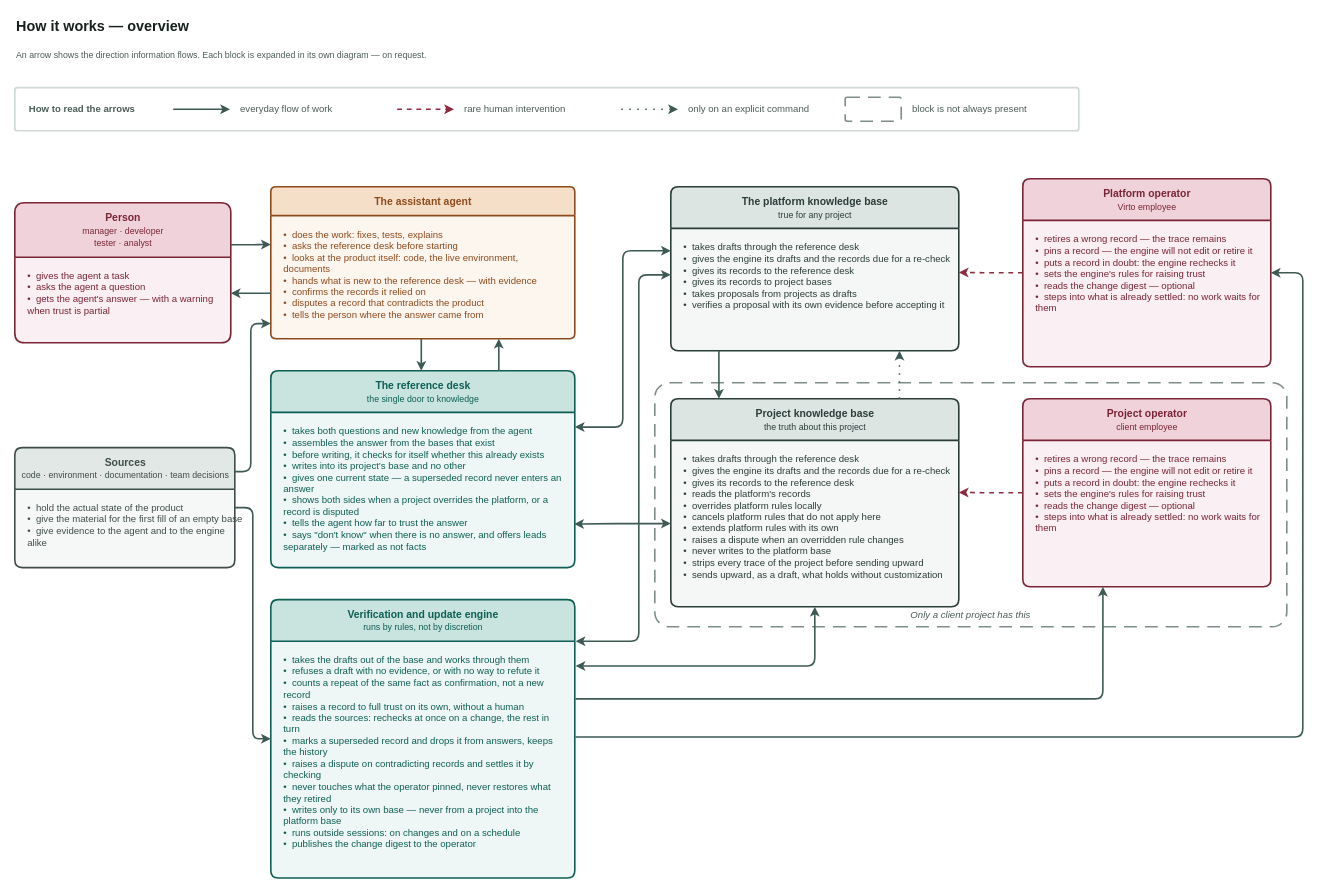
VirtoCommerce/ai-tools keeps this draw.io diagram as page "Overview" (1 of 7) of docs/adr/adr-knowledge-base-v3-overview.drawio. Above is the earlier version. Source tidied: cells renumbered, new cells numbered last; positions are measured from the earlier drawing's top-left corner, leaving out a move shared by most shapes. Both pictures are drawn from the tidied source at 80%, with x=0, y=0 at pixel (14, 14).
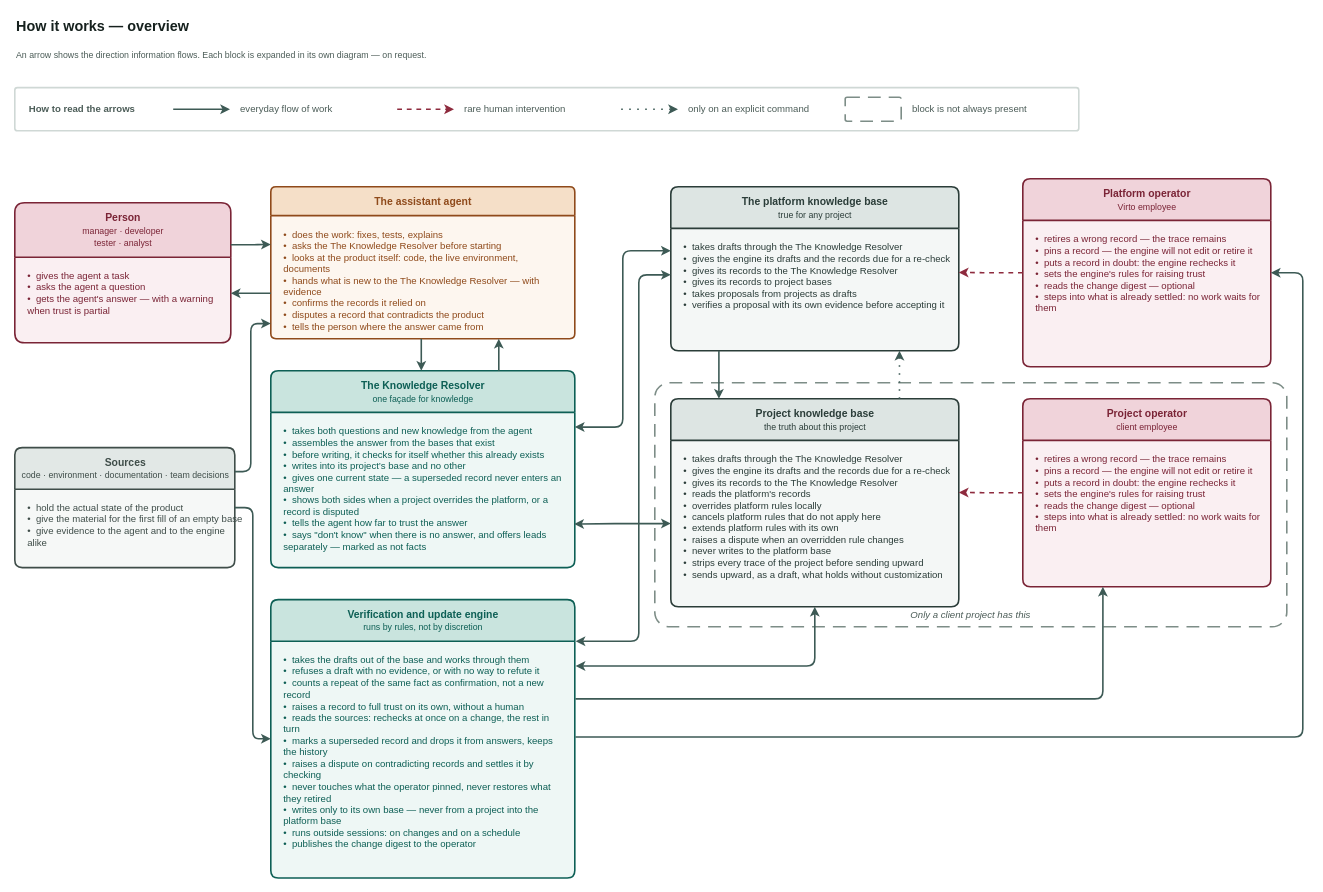
The same page after the edit.

Unchanged cells that the change refers to:
```xml
<mxCell id="21" value="The assistant agent" style="swimlane;html=1;rounded=1;arcSize=6;startSize=36;horizontal=1;fillColor=#f5dfc8;swimlaneFillColor=#fdf6ef;strokeColor=#8f4a1b;fontColor=#8f4a1b;fontSize=13;fontStyle=1;align=center;verticalAlign=middle;strokeWidth=2;fontFamily=Helvetica;" parent="1" vertex="1">
  <mxGeometry x="320" y="216" width="380" height="190" as="geometry" />
</mxCell>
<mxCell id="26" value="The platform knowledge base&lt;br&gt;&lt;span style=&quot;font-size:11px;font-weight:normal&quot;&gt;true for any project&lt;/span&gt;" style="swimlane;html=1;rounded=1;arcSize=6;startSize=52;horizontal=1;fillColor=#dde5e3;swimlaneFillColor=#f4f7f6;strokeColor=#2b3d39;fontColor=#2b3d39;fontSize=13;fontStyle=1;align=center;verticalAlign=middle;strokeWidth=2;fontFamily=Helvetica;" parent="1" vertex="1">
  <mxGeometry x="820" y="216" width="360" height="205" as="geometry" />
</mxCell>
<mxCell id="28" value="Project knowledge base&lt;br&gt;&lt;span style=&quot;font-size:11px;font-weight:normal&quot;&gt;the truth about this project&lt;/span&gt;" style="swimlane;html=1;rounded=1;arcSize=6;startSize=52;horizontal=1;fillColor=#dde5e3;swimlaneFillColor=#f4f7f6;strokeColor=#2b3d39;fontColor=#2b3d39;fontSize=13;fontStyle=1;align=center;verticalAlign=middle;strokeWidth=2;fontFamily=Helvetica;" parent="1" vertex="1">
  <mxGeometry x="820" y="481" width="360" height="260" as="geometry" />
</mxCell>
```

What changed in the source:
```diff
@@
-    <mxCell id="22" value="•&amp;nbsp; does the work: fixes, tests, explains&lt;br&gt;•&amp;nbsp; asks the reference desk before starting&lt;br&gt;•&amp;nbsp; looks at the product itself: code, the live environment, documents&lt;br&gt;•&amp;nbsp; hands what is new to the reference desk — with evidence&lt;br&gt;•&amp;nbsp; confirms the records it relied on&lt;br&gt;•&amp;nbsp; disputes a record that contradicts the product&lt;br&gt;•&amp;nbsp; tells the person where the answer came from" style="text;html=1;align=left;verticalAlign=top;whiteSpace=wrap;spacingLeft=14;spacingTop=10;spacingRight=10;fontSize=12;fontColor=#8f4a1b;fontFamily=Helvetica;" parent="21" vertex="1">
+    <mxCell id="22" value="•&amp;nbsp; does the work: fixes, tests, explains&lt;br&gt;•&amp;nbsp; asks the The Knowledge Resolver before starting&lt;br&gt;•&amp;nbsp; looks at the product itself: code, the live environment, documents&lt;br&gt;•&amp;nbsp; hands what is new to the The Knowledge Resolver — with evidence&lt;br&gt;•&amp;nbsp; confirms the records it relied on&lt;br&gt;•&amp;nbsp; disputes a record that contradicts the product&lt;br&gt;•&amp;nbsp; tells the person where the answer came from" style="text;html=1;align=left;verticalAlign=top;whiteSpace=wrap;spacingLeft=14;spacingTop=10;spacingRight=10;fontSize=12;fontColor=#8f4a1b;fontFamily=Helvetica;" parent="21" vertex="1">
       <mxGeometry y="36" width="380" height="154" as="geometry" />
     </mxCell>
-    <mxCell id="23" value="The reference desk&lt;br&gt;&lt;span style=&quot;font-size:11px;font-weight:normal&quot;&gt;the single door to knowledge&lt;/span&gt;" style="swimlane;html=1;rounded=1;arcSize=6;startSize=52;horizontal=1;fillColor=#c9e4de;swimlaneFillColor=#eef7f5;strokeColor=#0d5f55;fontColor=#0d5f55;fontSize=13;fontStyle=1;align=center;verticalAlign=middle;strokeWidth=2;fontFamily=Helvetica;" parent="1" vertex="1">
+    <mxCell id="23" value="The Knowledge Resolver&lt;br&gt;&lt;span style=&quot;font-size:11px;font-weight:normal&quot;&gt;one façade for knowledge&lt;/span&gt;" style="swimlane;html=1;rounded=1;arcSize=6;startSize=52;horizontal=1;fillColor=#c9e4de;swimlaneFillColor=#eef7f5;strokeColor=#0d5f55;fontColor=#0d5f55;fontSize=13;fontStyle=1;align=center;verticalAlign=middle;strokeWidth=2;fontFamily=Helvetica;" parent="1" vertex="1">
       <mxGeometry x="320" y="446" width="380" height="246" as="geometry" />
     </mxCell>
@@
-    <mxCell id="27" value="•&amp;nbsp; takes drafts through the reference desk&lt;br&gt;•&amp;nbsp; gives the engine its drafts and the records due for a re-check&lt;br&gt;•&amp;nbsp; gives its records to the reference desk&lt;br&gt;•&amp;nbsp; gives its records to project bases&lt;br&gt;•&amp;nbsp; takes proposals from projects as drafts&lt;br&gt;•&amp;nbsp; verifies a proposal with its own evidence before accepting it" style="text;html=1;align=left;verticalAlign=top;whiteSpace=wrap;spacingLeft=14;spacingTop=10;spacingRight=10;fontSize=12;fontColor=#2b3d39;fontFamily=Helvetica;" parent="26" vertex="1">
+    <mxCell id="27" value="•&amp;nbsp; takes drafts through the The Knowledge Resolver&lt;br&gt;•&amp;nbsp; gives the engine its drafts and the records due for a re-check&lt;br&gt;•&amp;nbsp; gives its records to the The Knowledge Resolver&lt;br&gt;•&amp;nbsp; gives its records to project bases&lt;br&gt;•&amp;nbsp; takes proposals from projects as drafts&lt;br&gt;•&amp;nbsp; verifies a proposal with its own evidence before accepting it" style="text;html=1;align=left;verticalAlign=top;whiteSpace=wrap;spacingLeft=14;spacingTop=10;spacingRight=10;fontSize=12;fontColor=#2b3d39;fontFamily=Helvetica;" parent="26" vertex="1">
       <mxGeometry y="52" width="360" height="153" as="geometry" />
     </mxCell>
@@
-    <mxCell id="29" value="•&amp;nbsp; takes drafts through the reference desk&lt;br&gt;•&amp;nbsp; gives the engine its drafts and the records due for a re-check&lt;br&gt;•&amp;nbsp; gives its records to the reference desk&lt;br&gt;•&amp;nbsp; reads the platform's records&lt;br&gt;•&amp;nbsp; overrides platform rules locally&lt;br&gt;•&amp;nbsp; cancels platform rules that do not apply here&lt;br&gt;•&amp;nbsp; extends platform rules with its own&lt;br&gt;•&amp;nbsp; raises a dispute when an overridden rule changes&lt;br&gt;•&amp;nbsp; never writes to the platform base&lt;br&gt;•&amp;nbsp; strips every trace of the project before sending upward&lt;br&gt;•&amp;nbsp; sends upward, as a draft, what holds without customization" style="text;html=1;align=left;verticalAlign=top;whiteSpace=wrap;spacingLeft=14;spacingTop=10;spacingRight=10;fontSize=12;fontColor=#2b3d39;fontFamily=Helvetica;" parent="28" vertex="1">
+    <mxCell id="29" value="•&amp;nbsp; takes drafts through the The Knowledge Resolver&lt;br&gt;•&amp;nbsp; gives the engine its drafts and the records due for a re-check&lt;br&gt;•&amp;nbsp; gives its records to the The Knowledge Resolver&lt;br&gt;•&amp;nbsp; reads the platform's records&lt;br&gt;•&amp;nbsp; overrides platform rules locally&lt;br&gt;•&amp;nbsp; cancels platform rules that do not apply here&lt;br&gt;•&amp;nbsp; extends platform rules with its own&lt;br&gt;•&amp;nbsp; raises a dispute when an overridden rule changes&lt;br&gt;•&amp;nbsp; never writes to the platform base&lt;br&gt;•&amp;nbsp; strips every trace of the project before sending upward&lt;br&gt;•&amp;nbsp; sends upward, as a draft, what holds without customization" style="text;html=1;align=left;verticalAlign=top;whiteSpace=wrap;spacingLeft=14;spacingTop=10;spacingRight=10;fontSize=12;fontColor=#2b3d39;fontFamily=Helvetica;" parent="28" vertex="1">
       <mxGeometry y="52" width="360" height="208" as="geometry" />
     </mxCell>
```
